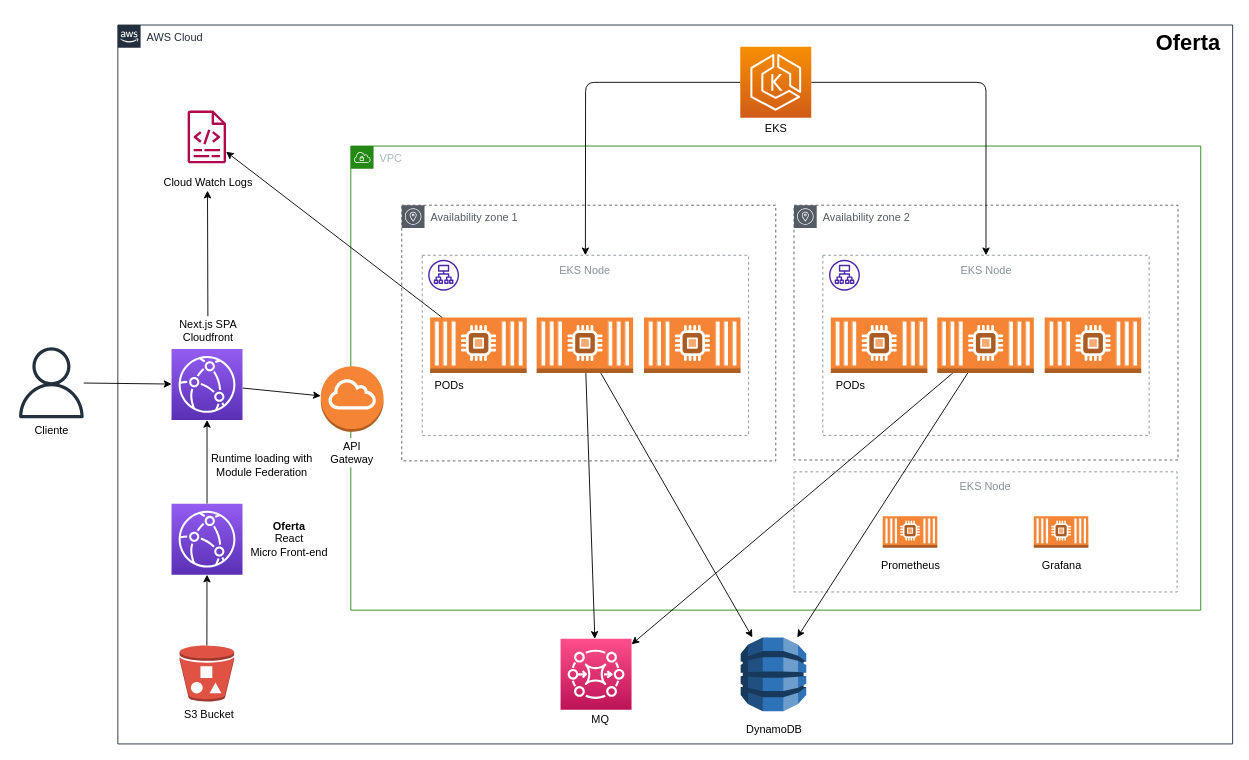
Earlier version of the draw.io diagram page "Infra (Oferta)" (4 of 5) of docs/diagrams.drawio (patrickcoutinho/debts-negotiation-case). Source tidied: cells renumbered, new cells numbered last; positions are measured from the earlier drawing's top-left corner, leaving out a move shared by most shapes. Both pictures are drawn from the tidied source at 91%, with x=0, y=0 at pixel (15, 20).
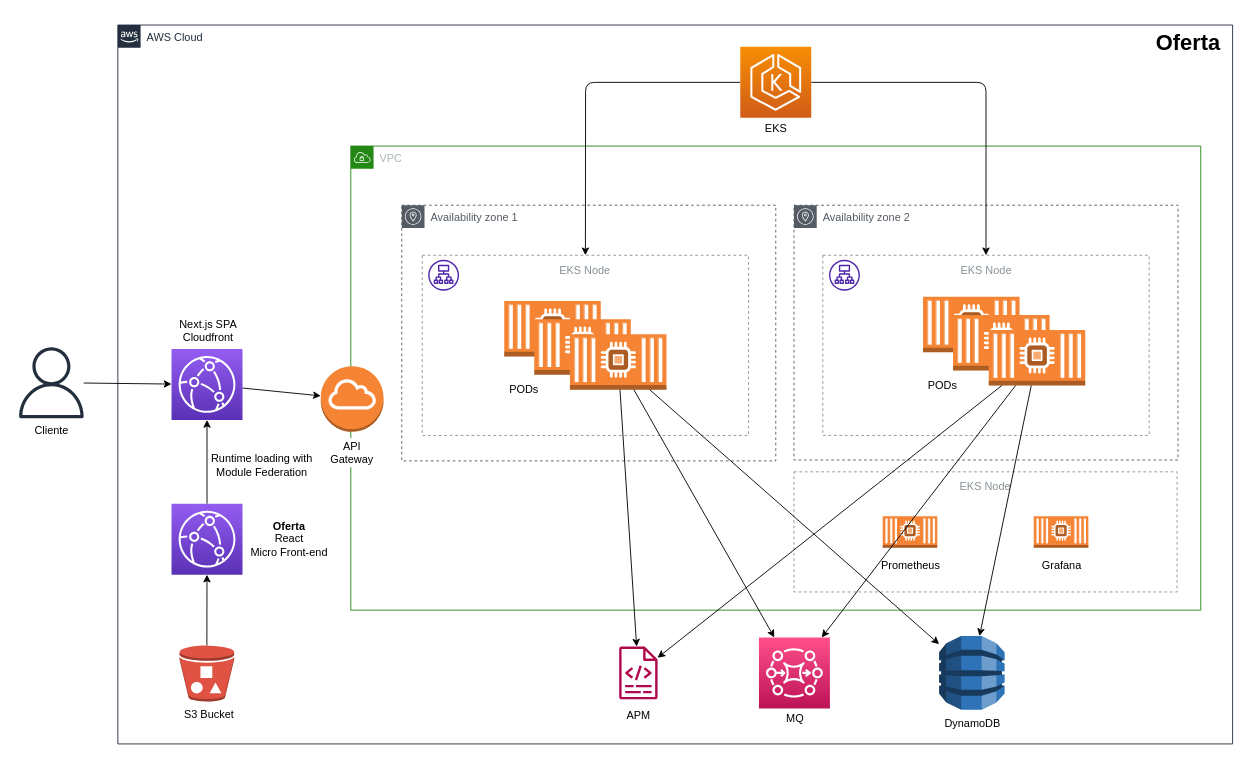
After the change.

The change refers to these unchanged cells:
```xml
<mxCell id="2" value="AWS Cloud" style="gradientColor=none;html=1;whiteSpace=wrap;fontSize=12;fontStyle=0;shape=mxgraph.aws4.group;grIcon=mxgraph.aws4.group_aws_cloud_alt;strokeColor=#232F3E;fillColor=none;verticalAlign=top;align=left;spacingLeft=30;fontColor=#232F3E;dashed=0;" parent="1" vertex="1">
  <mxGeometry x="112" y="5" width="1225" height="790" as="geometry" />
</mxCell>
<mxCell id="3" value="VPC" style="gradientColor=none;html=1;whiteSpace=wrap;fontSize=12;fontStyle=0;shape=mxgraph.aws4.group;grIcon=mxgraph.aws4.group_vpc;strokeColor=#248814;fillColor=none;verticalAlign=top;align=left;spacingLeft=30;fontColor=#AAB7B8;dashed=0;" parent="2" vertex="1">
  <mxGeometry x="256" y="133" width="934" height="510" as="geometry" />
</mxCell>
<mxCell id="39" value="Next.js SPA&lt;br&gt;Cloudfront" style="text;html=1;align=center;verticalAlign=middle;points=[];strokeColor=none;fillColor=none;fontColor=#000000;" parent="2" vertex="1">
  <mxGeometry x="62.5" y="320" width="73" height="32" as="geometry" />
</mxCell>
```

The edit, as a diff of the source:
```diff
@@
+    <mxCell id="10" style="dashed=0;verticalLabelPosition=bottom;verticalAlign=top;align=center;html=1;shape=mxgraph.aws3.ec2_compute_container_2;fillColor=#F58534;gradientColor=none;fontColor=#000000;" parent="3" vertex="1">
+      <mxGeometry x="168.6" y="170.2" width="106.1" height="61" as="geometry" />
+    </mxCell>
+    <mxCell id="11" value="EKS Node" style="outlineConnect=0;gradientColor=none;html=1;whiteSpace=wrap;fontSize=12;fontStyle=0;strokeColor=#879196;fillColor=none;verticalAlign=top;align=center;fontColor=#879196;dashed=1;spacingTop=3;" parent="3" vertex="1">
+      <mxGeometry x="518.7" y="120" width="358.6" height="198" as="geometry" />
+    </mxCell>
+    <mxCell id="15" value="PODs" style="text;html=1;align=center;verticalAlign=middle;strokeColor=none;fillColor=none;fontColor=#000000;" parent="3" vertex="1">
+      <mxGeometry x="168.6" y="259" width="42" height="18" as="geometry" />
+    </mxCell>
+    <mxCell id="17" style="sketch=0;fontColor=#232F3E;gradientColor=none;fillColor=#4D27AA;strokeColor=none;dashed=0;verticalLabelPosition=bottom;verticalAlign=top;align=center;html=1;fontSize=12;fontStyle=0;shape=mxgraph.aws4.application_load_balancer;" parent="3" vertex="1">
+      <mxGeometry x="85" y="125" width="34" height="34" as="geometry" />
+    </mxCell>
+    <mxCell id="18" style="sketch=0;fontColor=#232F3E;gradientColor=none;fillColor=#4D27AA;strokeColor=none;dashed=0;verticalLabelPosition=bottom;verticalAlign=top;align=center;html=1;fontSize=12;fontStyle=0;shape=mxgraph.aws4.application_load_balancer;" parent="3" vertex="1">
+      <mxGeometry x="525.5" y="125" width="34" height="34" as="geometry" />
+    </mxCell>
+    <mxCell id="22" value="Prometheus" style="text;html=1;align=center;verticalAlign=middle;strokeColor=none;fillColor=none;fontColor=#000000;" parent="3" vertex="1">
+      <mxGeometry x="577" y="452" width="75" height="18" as="geometry" />
+    </mxCell>
+    <mxCell id="23" value="Grafana" style="text;html=1;align=center;verticalAlign=middle;strokeColor=none;fillColor=none;fontColor=#000000;" parent="3" vertex="1">
+      <mxGeometry x="754" y="452" width="53" height="18" as="geometry" />
+    </mxCell>
     <mxCell id="8" style="outlineConnect=0;dashed=0;verticalLabelPosition=bottom;verticalAlign=top;align=center;html=1;shape=mxgraph.aws3.ec2_compute_container_2;fillColor=#F58534;gradientColor=none;fontColor=#000000;" parent="3" vertex="1">
-      <mxGeometry x="87.2" y="188.5" width="106.1" height="61" as="geometry" />
+      <mxGeometry x="201.6" y="190.2" width="106.1" height="61" as="geometry" />
     </mxCell>
     <mxCell id="9" style="outlineConnect=0;dashed=0;verticalLabelPosition=bottom;verticalAlign=top;align=center;html=1;shape=mxgraph.aws3.ec2_compute_container_2;fillColor=#F58534;gradientColor=none;fontColor=#000000;" parent="3" vertex="1">
-      <mxGeometry x="204.2" y="188.5" width="106.1" height="61" as="geometry" />
+      <mxGeometry x="240.8" y="206.8" width="106.1" height="61" as="geometry" />
     </mxCell>
-    <mxCell id="10" style="dashed=0;verticalLabelPosition=bottom;verticalAlign=top;align=center;html=1;shape=mxgraph.aws3.ec2_compute_container_2;fillColor=#F58534;gradientColor=none;fontColor=#000000;" parent="3" vertex="1">
-      <mxGeometry x="322.2" y="188.5" width="106.1" height="61" as="geometry" />
-    </mxCell>
-    <mxCell id="11" value="EKS Node" style="outlineConnect=0;gradientColor=none;html=1;whiteSpace=wrap;fontSize=12;fontStyle=0;strokeColor=#879196;fillColor=none;verticalAlign=top;align=center;fontColor=#879196;dashed=1;spacingTop=3;" parent="3" vertex="1">
-      <mxGeometry x="518.7" y="120" width="358.6" height="198" as="geometry" />
-    </mxCell>
-    <mxCell id="12" style="dashed=0;verticalLabelPosition=bottom;verticalAlign=top;align=center;html=1;shape=mxgraph.aws3.ec2_compute_container_2;fillColor=#F58534;gradientColor=none;fontColor=#000000;" parent="3" vertex="1">
-      <mxGeometry x="527.5" y="188.5" width="106.1" height="61" as="geometry" />
-    </mxCell>
-    <mxCell id="13" style="outlineConnect=0;dashed=0;verticalLabelPosition=bottom;verticalAlign=top;align=center;html=1;shape=mxgraph.aws3.ec2_compute_container_2;fillColor=#F58534;gradientColor=none;fontColor=#000000;" parent="3" vertex="1">
-      <mxGeometry x="644.5" y="188.5" width="106.1" height="61" as="geometry" />
-    </mxCell>
-    <mxCell id="14" style="dashed=0;verticalLabelPosition=bottom;verticalAlign=top;align=center;html=1;shape=mxgraph.aws3.ec2_compute_container_2;fillColor=#F58534;gradientColor=none;fontColor=#000000;" parent="3" vertex="1">
-      <mxGeometry x="762.5" y="188.5" width="106.1" height="61" as="geometry" />
-    </mxCell>
-    <mxCell id="15" value="PODs" style="text;html=1;align=center;verticalAlign=middle;strokeColor=none;fillColor=none;fontColor=#000000;" parent="3" vertex="1">
-      <mxGeometry x="87.2" y="254" width="42" height="18" as="geometry" />
-    </mxCell>
+    <mxCell id="55" style="dashed=0;verticalLabelPosition=bottom;verticalAlign=top;align=center;html=1;shape=mxgraph.aws3.ec2_compute_container_2;fillColor=#F58534;gradientColor=none;fontColor=#000000;" parent="3" vertex="1">
+      <mxGeometry x="628.8" y="165.6" width="106.1" height="61" as="geometry" />
+    </mxCell>
     <mxCell id="16" value="PODs" style="text;html=1;align=center;verticalAlign=middle;strokeColor=none;fillColor=none;fontColor=#000000;" parent="3" vertex="1">
-      <mxGeometry x="527.5" y="254" width="42" height="18" as="geometry" />
+      <mxGeometry x="628.8" y="254.4" width="42" height="18" as="geometry" />
     </mxCell>
-    <mxCell id="17" style="sketch=0;fontColor=#232F3E;gradientColor=none;fillColor=#4D27AA;strokeColor=none;dashed=0;verticalLabelPosition=bottom;verticalAlign=top;align=center;html=1;fontSize=12;fontStyle=0;shape=mxgraph.aws4.application_load_balancer;" parent="3" vertex="1">
-      <mxGeometry x="85" y="125" width="34" height="34" as="geometry" />
-    </mxCell>
-    <mxCell id="18" style="sketch=0;fontColor=#232F3E;gradientColor=none;fillColor=#4D27AA;strokeColor=none;dashed=0;verticalLabelPosition=bottom;verticalAlign=top;align=center;html=1;fontSize=12;fontStyle=0;shape=mxgraph.aws4.application_load_balancer;" parent="3" vertex="1">
-      <mxGeometry x="525.5" y="125" width="34" height="34" as="geometry" />
-    </mxCell>
+    <mxCell id="56" style="dashed=0;verticalLabelPosition=bottom;verticalAlign=top;align=center;html=1;shape=mxgraph.aws3.ec2_compute_container_2;fillColor=#F58534;gradientColor=none;fontColor=#000000;" parent="3" vertex="1">
+      <mxGeometry x="661.8" y="185.6" width="106.1" height="61" as="geometry" />
+    </mxCell>
+    <mxCell id="57" style="outlineConnect=0;dashed=0;verticalLabelPosition=bottom;verticalAlign=top;align=center;html=1;shape=mxgraph.aws3.ec2_compute_container_2;fillColor=#F58534;gradientColor=none;fontColor=#000000;" parent="3" vertex="1">
+      <mxGeometry x="701" y="202.1" width="106.1" height="61" as="geometry" />
+    </mxCell>
@@
-    <mxCell id="22" value="Prometheus" style="text;html=1;align=center;verticalAlign=middle;strokeColor=none;fillColor=none;fontColor=#000000;" parent="3" vertex="1">
-      <mxGeometry x="577" y="452" width="75" height="18" as="geometry" />
-    </mxCell>
-    <mxCell id="23" value="Grafana" style="text;html=1;align=center;verticalAlign=middle;strokeColor=none;fillColor=none;fontColor=#000000;" parent="3" vertex="1">
-      <mxGeometry x="754" y="452" width="53" height="18" as="geometry" />
-    </mxCell>
@@
     <mxCell id="34" style="outlineConnect=0;dashed=0;verticalLabelPosition=bottom;verticalAlign=top;align=center;html=1;shape=mxgraph.aws3.dynamo_db;fillColor=#2E73B8;gradientColor=none;fontColor=#000000;" parent="2" vertex="1">
-      <mxGeometry x="684.5" y="673" width="72" height="81" as="geometry" />
+      <mxGeometry x="902.5" y="671.5" width="72" height="81" as="geometry" />
     </mxCell>
@@
-    <mxCell id="37" style="edgeStyle=none;html=1;fontColor=#000000;strokeColor=#000000;" parent="2" edge="1" source="13" target="34">
-      <mxGeometry relative="1" as="geometry" />
-    </mxCell>
-    <mxCell id="38" style="edgeStyle=none;html=1;fontColor=#000000;strokeColor=#000000;" parent="2" edge="1" source="39" target="46">
-      <mxGeometry relative="1" as="geometry" />
-    </mxCell>
@@
     <mxCell id="42" style="sketch=0;points=[[0,0,0],[0.25,0,0],[0.5,0,0],[0.75,0,0],[1,0,0],[0,1,0],[0.25,1,0],[0.5,1,0],[0.75,1,0],[1,1,0],[0,0.25,0],[0,0.5,0],[0,0.75,0],[1,0.25,0],[1,0.5,0],[1,0.75,0]];outlineConnect=0;fontColor=#232F3E;gradientColor=#FF4F8B;gradientDirection=north;fillColor=#BC1356;strokeColor=#ffffff;dashed=0;verticalLabelPosition=bottom;verticalAlign=top;align=center;html=1;fontSize=12;fontStyle=0;shape=mxgraph.aws4.resourceIcon;resIcon=mxgraph.aws4.mq;" parent="2" vertex="1">
-      <mxGeometry x="486.5" y="674.5" width="78" height="78" as="geometry" />
+      <mxGeometry x="704.5" y="673" width="78" height="78" as="geometry" />
     </mxCell>
     <mxCell id="43" value="MQ" style="text;html=1;align=center;verticalAlign=middle;strokeColor=none;fillColor=none;fontColor=#000000;" parent="2" vertex="1">
-      <mxGeometry x="515.5" y="754" width="29" height="18" as="geometry" />
+      <mxGeometry x="729" y="753.2" width="29" height="18" as="geometry" />
     </mxCell>
@@
     <mxCell id="45" value="DynamoDB" style="text;html=1;align=center;verticalAlign=middle;strokeColor=none;fillColor=none;fontColor=#000000;" parent="2" vertex="1">
-      <mxGeometry x="685" y="765" width="71" height="18" as="geometry" />
+      <mxGeometry x="903" y="759" width="71" height="18" as="geometry" />
     </mxCell>
-    <mxCell id="46" value="Cloud Watch Logs" style="text;html=1;align=center;verticalAlign=middle;points=[];strokeColor=none;fillColor=none;fontColor=#000000;" parent="2" vertex="1">
-      <mxGeometry x="44.5" y="164" width="108" height="18" as="geometry" />
-    </mxCell>
@@
-    <mxCell id="48" style="edgeStyle=none;html=1;fontColor=#000000;strokeColor=#000000;" parent="2" edge="1" source="13" target="42">
-      <mxGeometry relative="1" as="geometry" />
-    </mxCell>
-    <mxCell id="49" style="edgeStyle=none;html=1;fontColor=#000000;strokeColor=#000000;" parent="2" edge="1" source="8" target="50">
-      <mxGeometry relative="1" as="geometry" />
-    </mxCell>
-    <mxCell id="50" style="sketch=0;outlineConnect=0;fontColor=#232F3E;gradientColor=none;fillColor=#B0084D;strokeColor=none;dashed=0;verticalLabelPosition=bottom;verticalAlign=top;align=center;html=1;fontSize=12;fontStyle=0;shape=mxgraph.aws4.logs;" parent="2" vertex="1">
-      <mxGeometry x="58.8" y="94" width="78" height="58" as="geometry" />
-    </mxCell>
@@
+    <mxCell id="58" value="APM" style="text;html=1;align=center;verticalAlign=middle;strokeColor=none;fillColor=none;fontColor=#000000;" parent="2" vertex="1">
+      <mxGeometry x="554" y="750" width="36" height="18" as="geometry" />
+    </mxCell>
+    <mxCell id="59" style="sketch=0;outlineConnect=0;fontColor=#232F3E;gradientColor=none;fillColor=#B0084D;strokeColor=none;dashed=0;verticalLabelPosition=bottom;verticalAlign=top;align=center;html=1;fontSize=12;fontStyle=0;shape=mxgraph.aws4.logs;" parent="2" vertex="1">
+      <mxGeometry x="533" y="683" width="78" height="58" as="geometry" />
+    </mxCell>
+    <mxCell id="60" style="edgeStyle=none;html=1;strokeColor=#000000;" parent="2" edge="1" source="57" target="34">
+      <mxGeometry relative="1" as="geometry" />
+    </mxCell>
+    <mxCell id="61" style="edgeStyle=none;html=1;strokeColor=#000000;" parent="2" edge="1" source="57" target="42">
+      <mxGeometry relative="1" as="geometry" />
+    </mxCell>
+    <mxCell id="62" style="edgeStyle=none;html=1;strokeColor=#000000;" parent="2" edge="1" source="57" target="59">
+      <mxGeometry relative="1" as="geometry" />
+    </mxCell>
+    <mxCell id="63" style="edgeStyle=none;html=1;strokeColor=#000000;" parent="2" edge="1" source="9" target="59">
+      <mxGeometry relative="1" as="geometry" />
+    </mxCell>
```
